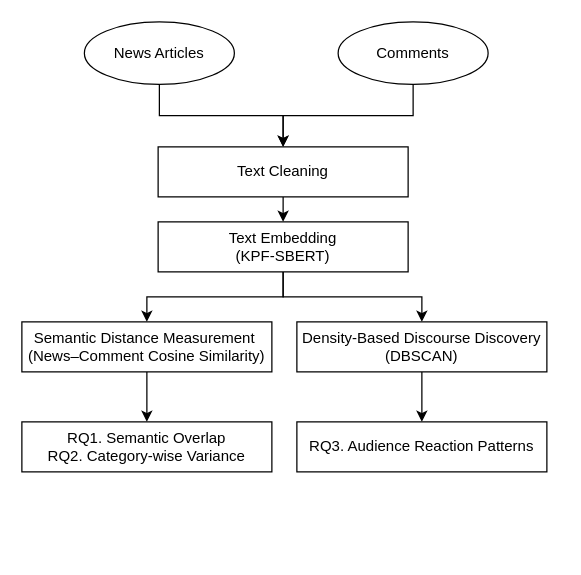
The draw.io diagram 제목 없는 다이어그램.drawio in kjh8331267/Paper_Review, before the edit. Source tidied: cells renumbered, new cells numbered last; positions are measured from the earlier drawing's top-left corner, leaving out a move shared by most shapes. Both pictures are drawn from the tidied source at 125%, with x=0, y=0 at pixel (21, 21).
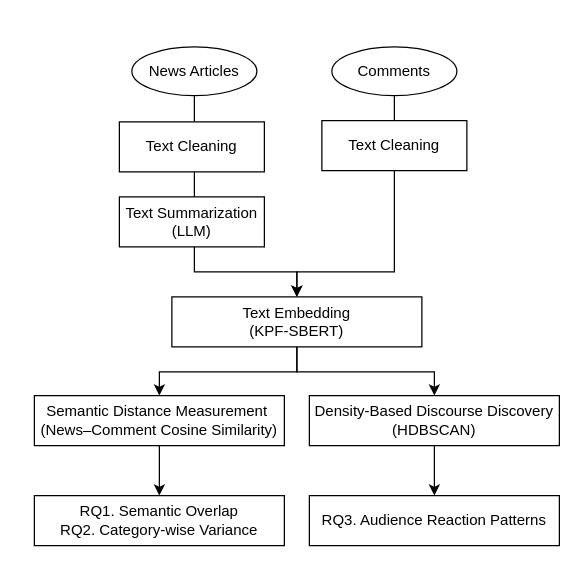
The same page after the edit.

Commit message:
제목 없는 다이어그램.drawio 업데이트

What changed in the source:
```diff
@@
-    <mxCell id="2" style="edgeStyle=orthogonalEdgeStyle;rounded=0;jettySize=auto;html=1;exitX=0.5;exitY=1;exitDx=0;exitDy=0;" parent="1" edge="1" source="16" target="8">
-      <mxGeometry relative="1" as="geometry" />
-    </mxCell>
-    <mxCell id="3" style="edgeStyle=orthogonalEdgeStyle;rounded=0;jettySize=auto;html=1;exitX=0.5;exitY=1;exitDx=0;exitDy=0;entryX=0.5;entryY=0;entryDx=0;entryDy=0;" parent="1" edge="1" source="15" target="8">
-      <mxGeometry relative="1" as="geometry" />
-    </mxCell>
     <mxCell id="4" value="Text Embedding&lt;div&gt;(&lt;span style=&quot;background-color: transparent; color: light-dark(rgb(0, 0, 0), rgb(255, 255, 255));&quot;&gt;KPF-SBERT)&lt;/span&gt;&lt;/div&gt;" style="rounded=0;whiteSpace=wrap;html=1;" parent="1" vertex="1">
-      <mxGeometry x="109" y="160" width="200" height="40" as="geometry" />
+      <mxGeometry x="120" y="220" width="200" height="40" as="geometry" />
     </mxCell>
@@
     <mxCell id="6" value="&lt;p&gt;RQ1. Semantic Overlap&lt;br&gt;RQ2.&amp;nbsp;Category-wise Variance&lt;/p&gt;" style="rounded=0;whiteSpace=wrap;html=1;" parent="1" vertex="1">
-      <mxGeometry y="320" width="200" height="40" as="geometry" />
+      <mxGeometry x="10" y="379" width="200" height="40" as="geometry" />
     </mxCell>
-    <mxCell id="7" style="edgeStyle=orthogonalEdgeStyle;rounded=0;jettySize=auto;html=1;exitX=0.5;exitY=1;exitDx=0;exitDy=0;entryX=0.5;entryY=0;entryDx=0;entryDy=0;" parent="1" edge="1" source="8" target="4">
-      <mxGeometry relative="1" as="geometry" />
-    </mxCell>
-    <mxCell id="8" value="Text Cleaning" style="rounded=0;whiteSpace=wrap;html=1;" parent="1" vertex="1">
-      <mxGeometry x="109" y="100" width="200" height="40" as="geometry" />
-    </mxCell>
     <mxCell id="9" value="&lt;p&gt;RQ3. Audience Reaction Patterns&lt;/p&gt;" style="rounded=0;whiteSpace=wrap;html=1;" parent="1" vertex="1">
-      <mxGeometry x="220" y="320" width="200" height="40" as="geometry" />
+      <mxGeometry x="230" y="379" width="200" height="40" as="geometry" />
     </mxCell>
@@
-    <mxCell id="11" value="&lt;p&gt;Density-Based Discourse Discovery&lt;br&gt;(DBSCAN)&lt;/p&gt;" style="rounded=0;whiteSpace=wrap;html=1;" parent="1" vertex="1">
-      <mxGeometry x="220" y="240" width="200" height="40" as="geometry" />
+    <mxCell id="11" value="&lt;p&gt;Density-Based Discourse Discovery&lt;br&gt;(HDBSCAN)&lt;/p&gt;" style="rounded=0;whiteSpace=wrap;html=1;" parent="1" vertex="1">
+      <mxGeometry x="230" y="299" width="200" height="40" as="geometry" />
     </mxCell>
@@
     <mxCell id="13" value="&lt;p&gt;Semantic Distance Measurement&amp;nbsp;&lt;br&gt;&lt;span style=&quot;background-color: transparent; color: light-dark(rgb(0, 0, 0), rgb(255, 255, 255));&quot;&gt;(News–Comment Cosine Similarity)&lt;/span&gt;&lt;/p&gt;" style="rounded=0;whiteSpace=wrap;html=1;" parent="1" vertex="1">
-      <mxGeometry y="240" width="200" height="40" as="geometry" />
+      <mxGeometry x="10" y="299" width="200" height="40" as="geometry" />
     </mxCell>
@@
+    <mxCell id="17" style="edgeStyle=orthogonalEdgeStyle;rounded=0;jettySize=auto;html=1;exitX=0.5;exitY=1;exitDx=0;exitDy=0;entryX=0.5;entryY=0;entryDx=0;entryDy=0;" parent="1" edge="1" source="15" target="4">
+      <mxGeometry relative="1" as="geometry">
+        <Array as="points">
+          <mxPoint x="298" y="200" />
+          <mxPoint x="220" y="200" />
+        </Array>
+      </mxGeometry>
+    </mxCell>
     <mxCell id="15" value="Comments" style="ellipse;whiteSpace=wrap;html=1;" parent="1" vertex="1">
-      <mxGeometry x="253" width="120" height="50" as="geometry" />
+      <mxGeometry x="248" y="20" width="100" height="39" as="geometry" />
     </mxCell>
+    <mxCell id="18" style="edgeStyle=orthogonalEdgeStyle;rounded=0;jettySize=auto;html=1;exitX=0.5;exitY=1;exitDx=0;exitDy=0;entryX=0.5;entryY=0;entryDx=0;entryDy=0;" parent="1" edge="1" source="16" target="4">
+      <mxGeometry relative="1" as="geometry">
+        <Array as="points">
+          <mxPoint x="170" y="200" />
+          <mxPoint x="219" y="200" />
+        </Array>
+      </mxGeometry>
+    </mxCell>
     <mxCell id="16" value="News Articles" style="ellipse;whiteSpace=wrap;html=1;" parent="1" vertex="1">
-      <mxGeometry x="50" width="120" height="50" as="geometry" />
+      <mxGeometry x="88" y="20" width="100" height="39" as="geometry" />
     </mxCell>
+    <mxCell id="19" value="Text Summarization&lt;div&gt;(LLM)&lt;/div&gt;" style="rounded=0;whiteSpace=wrap;html=1;" parent="1" vertex="1">
+      <mxGeometry x="78" y="140" width="116" height="40" as="geometry" />
+    </mxCell>
+    <mxCell id="8" value="Text Cleaning" style="rounded=0;whiteSpace=wrap;html=1;" parent="1" vertex="1">
+      <mxGeometry x="78" y="80" width="116" height="40" as="geometry" />
+    </mxCell>
+    <mxCell id="20" value="Text Cleaning" style="rounded=0;whiteSpace=wrap;html=1;" parent="1" vertex="1">
+      <mxGeometry x="240" y="79" width="116" height="40" as="geometry" />
+    </mxCell>
```
